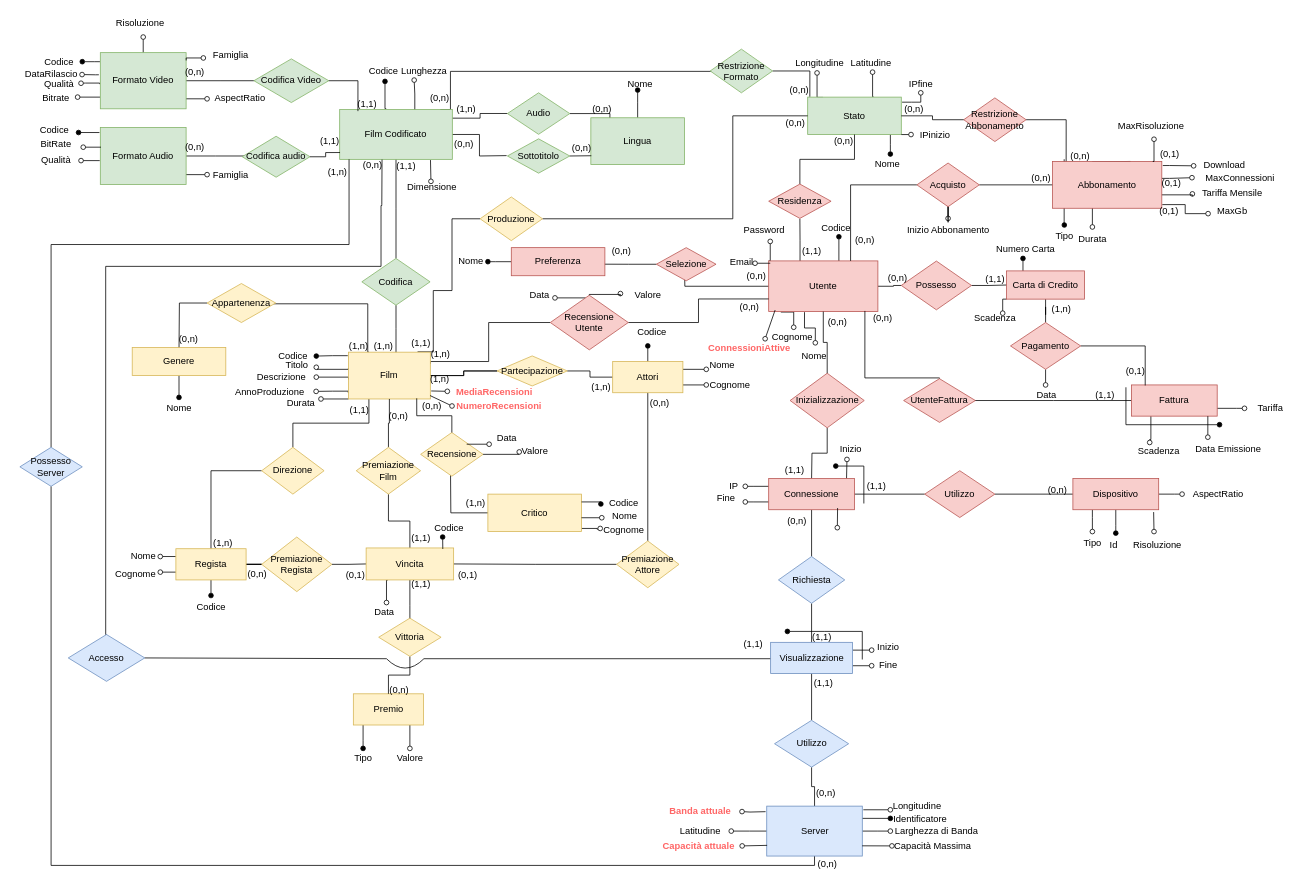
Earlier version of the draw.io diagram page "Pagina-1" (1 of 2) of ER Ristrutturato.drawio (LGranucci/FilmSphere). Source tidied: cells renumbered, new cells numbered last; positions are measured from the earlier drawing's top-left corner, leaving out a move shared by most shapes. Both pictures are drawn from the tidied source at 78%, with x=0, y=0 at pixel (13, 13).
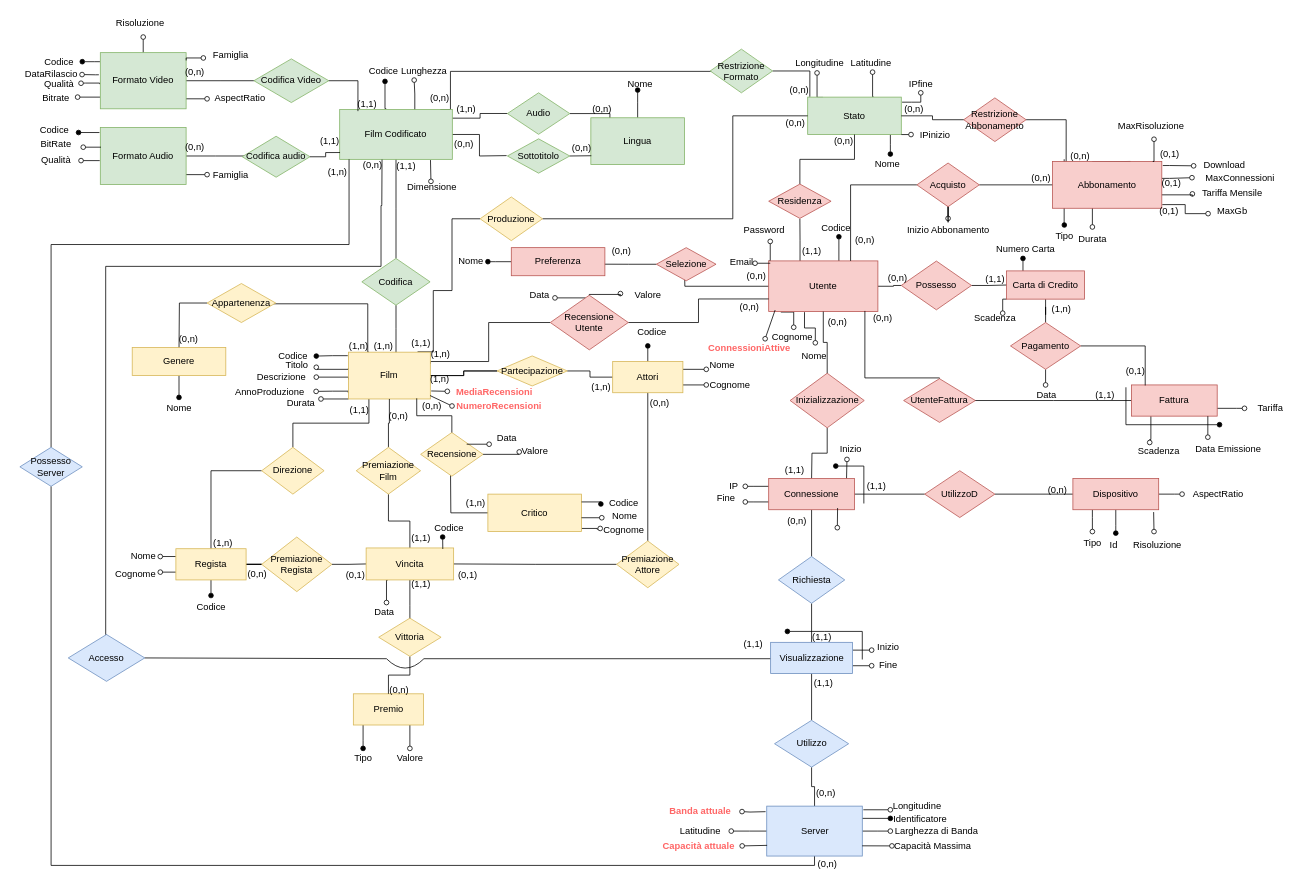
The same diagram, later.

Change to the diagram source:
```diff
@@
-    <mxCell id="104" value="Utilizzo" style="rhombus;whiteSpace=wrap;html=1;fillColor=#f8cecc;strokeColor=#b85450;" parent="1" vertex="1">
+    <mxCell id="104" value="UtilizzoD" style="rhombus;whiteSpace=wrap;html=1;fillColor=#f8cecc;strokeColor=#b85450;" parent="1" vertex="1">
       <mxGeometry x="1168" y="586" width="90" height="60" as="geometry" />
     </mxCell>
```
